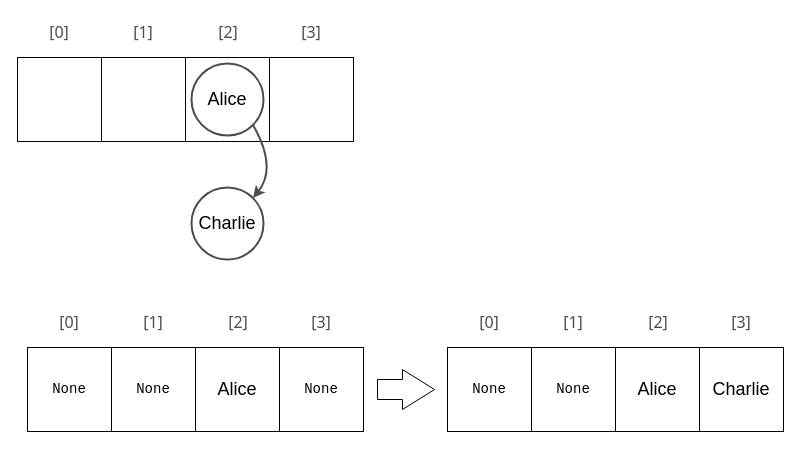
Before: data_structures/hashing.drawio in lgreco/images, a draw.io diagram. Source tidied: cells renumbered, new cells numbered last; positions are measured from the earlier drawing's top-left corner, leaving out a move shared by most shapes. Both pictures are drawn from the tidied source at 100%, with x=0, y=0 at pixel (17, 17).
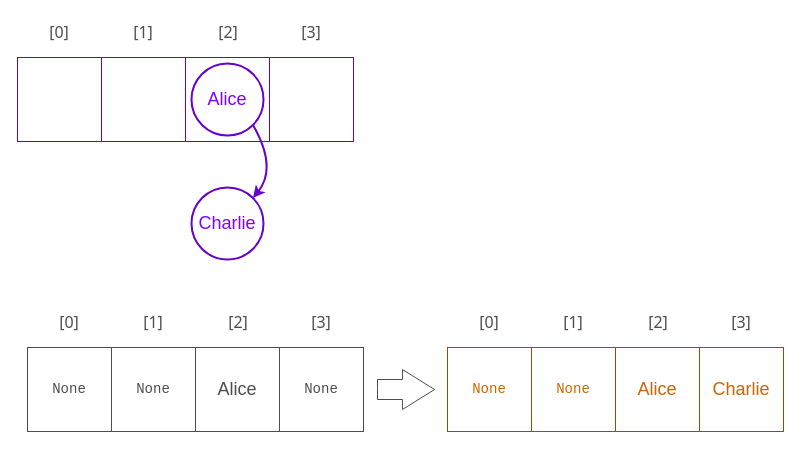
After the change.

Change to the diagram source:
```diff
@@
-    <mxCell id="2" style="whiteSpace=wrap;html=1;fillColor=none;strokeWidth=1;" parent="1" vertex="1">
+    <mxCell id="2" style="whiteSpace=wrap;html=1;fillColor=none;strokeWidth=1;strokeColor=#6600CC;" parent="1" vertex="1">
       <mxGeometry y="40" width="84" height="84" as="geometry" />
     </mxCell>
-    <mxCell id="3" value="Charlie" style="ellipse;whiteSpace=wrap;html=1;fontSize=18;strokeWidth=2;strokeColor=#4D4D4D;" parent="1" vertex="1">
+    <mxCell id="3" value="Charlie" style="ellipse;whiteSpace=wrap;html=1;fontSize=18;strokeWidth=2;strokeColor=#6600CC;fontColor=#7F00FF;" parent="1" vertex="1">
       <mxGeometry x="174" y="170" width="72" height="72" as="geometry" />
     </mxCell>
-    <mxCell id="4" style="whiteSpace=wrap;html=1;fillColor=none;strokeWidth=1;" parent="1" vertex="1">
+    <mxCell id="4" style="whiteSpace=wrap;html=1;fillColor=none;strokeWidth=1;strokeColor=#6600CC;" parent="1" vertex="1">
       <mxGeometry x="84" y="40" width="84" height="84" as="geometry" />
     </mxCell>
-    <mxCell id="5" style="whiteSpace=wrap;html=1;fillColor=none;strokeWidth=1;" parent="1" vertex="1">
+    <mxCell id="5" style="whiteSpace=wrap;html=1;fillColor=none;strokeWidth=1;strokeColor=#6600CC;" parent="1" vertex="1">
       <mxGeometry x="168" y="40" width="84" height="84" as="geometry" />
     </mxCell>
-    <mxCell id="6" style="whiteSpace=wrap;html=1;fillColor=none;strokeWidth=1;" parent="1" vertex="1">
+    <mxCell id="6" style="whiteSpace=wrap;html=1;fillColor=none;strokeWidth=1;strokeColor=#6600CC;" parent="1" vertex="1">
       <mxGeometry x="252" y="40" width="84" height="84" as="geometry" />
     </mxCell>
@@
-    <mxCell id="11" value="Alice" style="ellipse;whiteSpace=wrap;html=1;fontSize=18;strokeWidth=2;strokeColor=#4D4D4D;" parent="1" vertex="1">
+    <mxCell id="11" value="Alice" style="ellipse;whiteSpace=wrap;html=1;fontSize=18;strokeWidth=2;strokeColor=#6600CC;fontColor=#7F00FF;" parent="1" vertex="1">
       <mxGeometry x="174" y="46" width="72" height="72" as="geometry" />
     </mxCell>
-    <mxCell id="12" style="endArrow=classic;html=1;rounded=0;exitX=1;exitY=1;exitDx=0;exitDy=0;entryX=1;entryY=0;entryDx=0;entryDy=0;curved=1;strokeWidth=2;strokeColor=#4D4D4D;" parent="1" edge="1" source="11" target="3">
+    <mxCell id="12" style="endArrow=classic;html=1;rounded=0;exitX=1;exitY=1;exitDx=0;exitDy=0;entryX=1;entryY=0;entryDx=0;entryDy=0;curved=1;strokeWidth=2;strokeColor=#6600CC;" parent="1" edge="1" source="11" target="3">
       <mxGeometry relative="1" as="geometry">
         <Array as="points">
           <mxPoint x="260" y="150" />
         </Array>
       </mxGeometry>
     </mxCell>
-    <mxCell id="13" value="None" style="whiteSpace=wrap;html=1;fillColor=none;strokeWidth=1;fontFamily=Courier New;fontSize=14;" parent="1" vertex="1">
+    <mxCell id="13" value="None" style="whiteSpace=wrap;html=1;fillColor=none;strokeWidth=1;fontFamily=Courier New;fontSize=14;strokeColor=#4D4D4D;fontColor=#4D4D4D;" parent="1" vertex="1">
       <mxGeometry x="10" y="330" width="84" height="84" as="geometry" />
     </mxCell>
-    <mxCell id="14" value="None" style="whiteSpace=wrap;html=1;fillColor=none;strokeWidth=1;fontFamily=Courier New;fontSize=14;" parent="1" vertex="1">
+    <mxCell id="14" value="None" style="whiteSpace=wrap;html=1;fillColor=none;strokeWidth=1;fontFamily=Courier New;fontSize=14;strokeColor=#4D4D4D;fontColor=#4D4D4D;" parent="1" vertex="1">
       <mxGeometry x="94" y="330" width="84" height="84" as="geometry" />
     </mxCell>
-    <mxCell id="15" value="&lt;span style=&quot;font-size: 18px;&quot;&gt;Alice&lt;/span&gt;" style="whiteSpace=wrap;html=1;fillColor=none;strokeWidth=1;" parent="1" vertex="1">
+    <mxCell id="15" value="&lt;span style=&quot;font-size: 18px;&quot;&gt;Alice&lt;/span&gt;" style="whiteSpace=wrap;html=1;fillColor=none;strokeWidth=1;strokeColor=#4D4D4D;fontColor=#4D4D4D;" parent="1" vertex="1">
       <mxGeometry x="178" y="330" width="84" height="84" as="geometry" />
     </mxCell>
-    <mxCell id="16" value="None" style="whiteSpace=wrap;html=1;fillColor=none;strokeWidth=1;fontFamily=Courier New;fontSize=14;" parent="1" vertex="1">
+    <mxCell id="16" value="None" style="whiteSpace=wrap;html=1;fillColor=none;strokeWidth=1;fontFamily=Courier New;fontSize=14;strokeColor=#4D4D4D;fontColor=#4D4D4D;" parent="1" vertex="1">
       <mxGeometry x="262" y="330" width="84" height="84" as="geometry" />
     </mxCell>
@@
-    <mxCell id="21" value="None" style="whiteSpace=wrap;html=1;fillColor=none;strokeWidth=1;fontFamily=Courier New;fontSize=14;" parent="1" vertex="1">
+    <mxCell id="21" value="None" style="whiteSpace=wrap;html=1;fillColor=none;strokeWidth=1;fontFamily=Courier New;fontSize=14;strokeColor=#994C00;fontColor=#CC6600;" parent="1" vertex="1">
       <mxGeometry x="430" y="330" width="84" height="84" as="geometry" />
     </mxCell>
-    <mxCell id="22" value="None" style="whiteSpace=wrap;html=1;fillColor=none;strokeWidth=1;fontFamily=Courier New;fontSize=14;" parent="1" vertex="1">
+    <mxCell id="22" value="None" style="whiteSpace=wrap;html=1;fillColor=none;strokeWidth=1;fontFamily=Courier New;fontSize=14;strokeColor=#994C00;fontColor=#CC6600;" parent="1" vertex="1">
       <mxGeometry x="514" y="330" width="84" height="84" as="geometry" />
     </mxCell>
-    <mxCell id="23" value="&lt;span style=&quot;font-size: 18px;&quot;&gt;Alice&lt;/span&gt;" style="whiteSpace=wrap;html=1;fillColor=none;strokeWidth=1;" parent="1" vertex="1">
+    <mxCell id="23" value="&lt;span style=&quot;font-size: 18px;&quot;&gt;Alice&lt;/span&gt;" style="whiteSpace=wrap;html=1;fillColor=none;strokeWidth=1;strokeColor=#994C00;fontColor=#CC6600;" parent="1" vertex="1">
       <mxGeometry x="598" y="330" width="84" height="84" as="geometry" />
     </mxCell>
-    <mxCell id="24" value="&lt;span style=&quot;font-family: Helvetica; font-size: 18px;&quot;&gt;Charlie&lt;/span&gt;" style="whiteSpace=wrap;html=1;fillColor=none;strokeWidth=1;fontFamily=Courier New;fontSize=14;" parent="1" vertex="1">
+    <mxCell id="24" value="&lt;span style=&quot;font-family: Helvetica; font-size: 18px;&quot;&gt;Charlie&lt;/span&gt;" style="whiteSpace=wrap;html=1;fillColor=none;strokeWidth=1;fontFamily=Courier New;fontSize=14;strokeColor=#994C00;fontColor=#CC6600;" parent="1" vertex="1">
       <mxGeometry x="682" y="330" width="84" height="84" as="geometry" />
     </mxCell>
@@
-    <mxCell id="29" style="html=1;shadow=0;dashed=0;align=center;verticalAlign=middle;shape=mxgraph.arrows2.arrow;dy=0.5;dx=32.14;notch=0;" parent="1" vertex="1">
+    <mxCell id="29" style="html=1;shadow=0;dashed=0;align=center;verticalAlign=middle;shape=mxgraph.arrows2.arrow;dy=0.5;dx=32.14;notch=0;strokeColor=#4D4D4D;fontColor=#4D4D4D;" parent="1" vertex="1">
       <mxGeometry x="360" y="352" width="57.1" height="40" as="geometry" />
     </mxCell>
```
